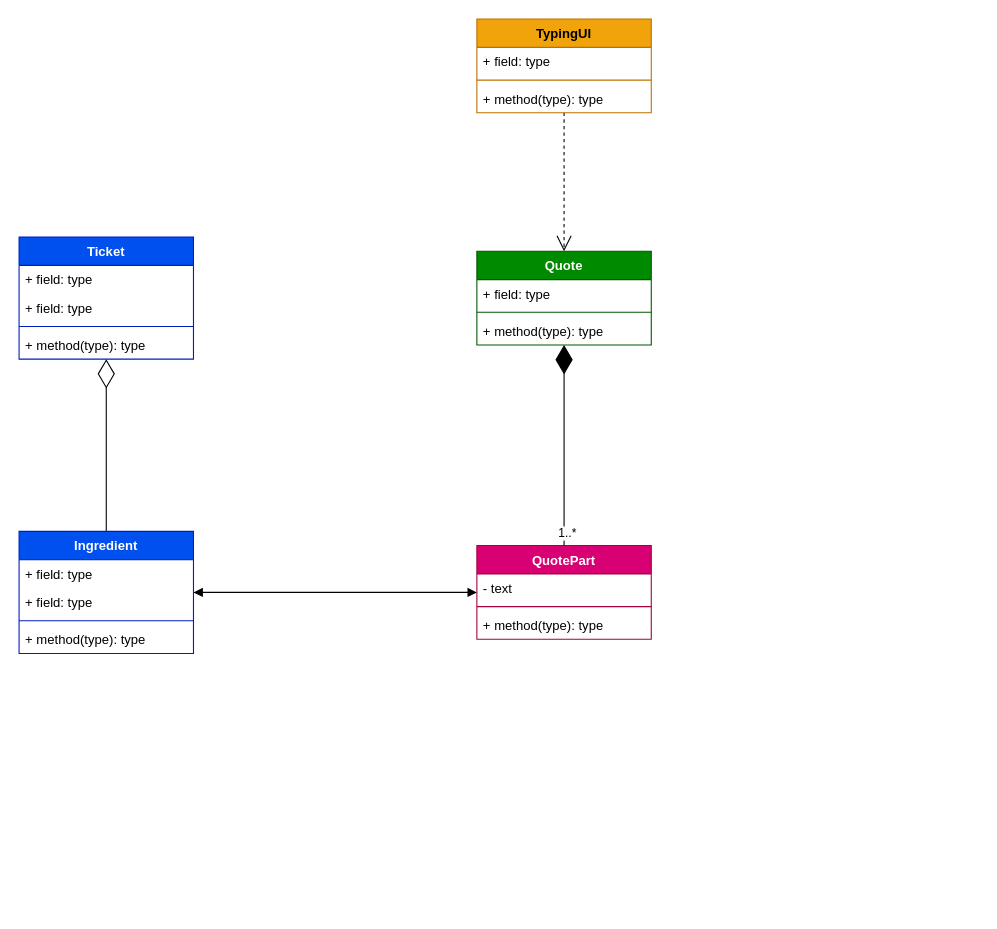
Earlier version of the draw.io diagram Untitled Diagram.drawio (BraydenR0311/foodForThought). Source tidied: cells renumbered, new cells numbered last; positions are measured from the earlier drawing's top-left corner, leaving out a move shared by most shapes. Both pictures are drawn from the tidied source at 109%, with x=0, y=0 at pixel (19, 19).
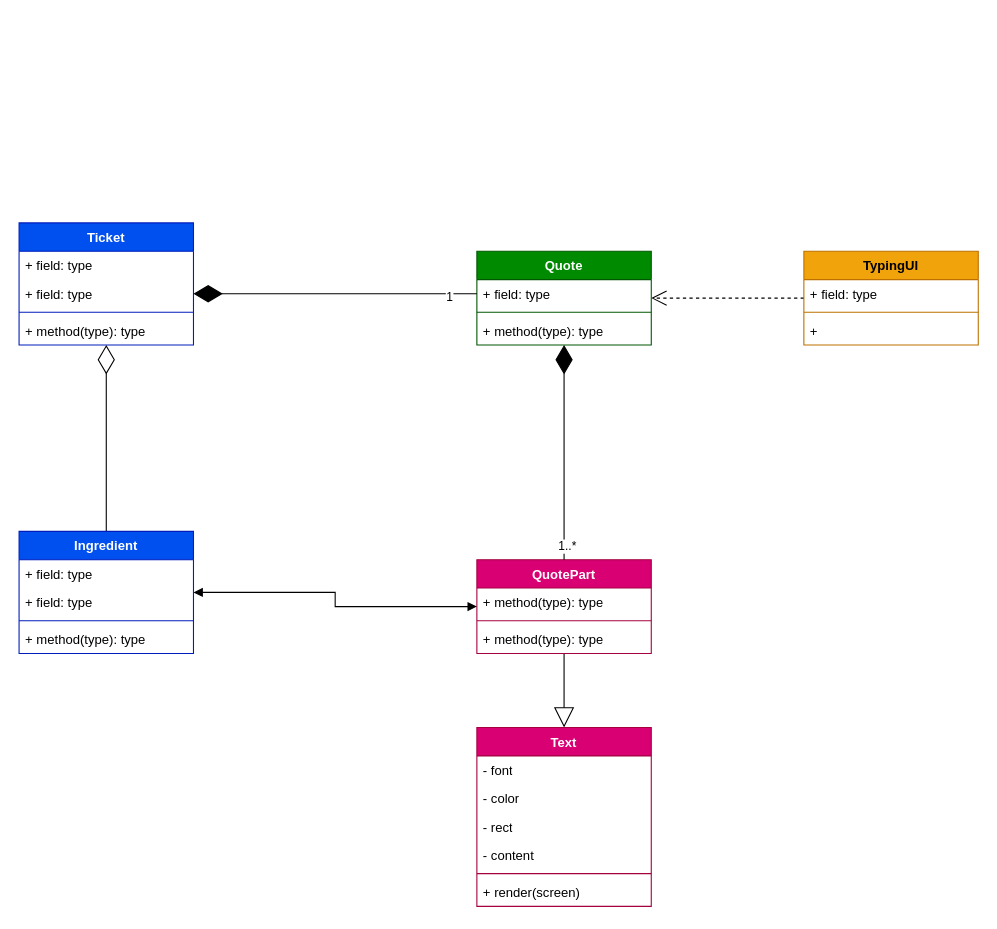
The same diagram, later.

Unchanged cells that the change refers to:
```xml
<mxCell id="5" value="+ field: type" style="text;strokeColor=none;fillColor=none;align=left;verticalAlign=top;spacingLeft=4;spacingRight=4;overflow=hidden;points=[[0,0.5],[1,0.5]];portConstraint=eastwest;whiteSpace=wrap;html=1;" parent="3" vertex="1">
  <mxGeometry y="52" width="160" height="26" as="geometry" />
</mxCell>
<mxCell id="10" value="+ field: type" style="text;strokeColor=none;fillColor=none;align=left;verticalAlign=top;spacingLeft=4;spacingRight=4;overflow=hidden;points=[[0,0.5],[1,0.5]];portConstraint=eastwest;whiteSpace=wrap;html=1;" parent="9" vertex="1">
  <mxGeometry y="26" width="160" height="26" as="geometry" />
</mxCell>
```

Diff of the diagram source:
```diff
@@
-<mxGraphModel>
+<mxGraphModel background="#ffffff">
@@
     <mxCell id="3" value="Ticket" style="swimlane;fontStyle=1;align=center;verticalAlign=top;horizontal=1;startSize=26;whiteSpace=wrap;html=1;fillColor=#0050ef;fontColor=#ffffff;strokeColor=#001DBC;" parent="1" vertex="1">
-      <mxGeometry y="200" width="160" height="112" as="geometry" />
+      <mxGeometry y="187" width="160" height="112" as="geometry" />
     </mxCell>
@@
+    <mxCell id="29" style="edgeStyle=orthogonalEdgeStyle;rounded=0;jettySize=auto;html=1;entryX=0.5;entryY=0;entryDx=0;entryDy=0;endArrow=block;endSize=16;endFill=0;" parent="1" edge="1" source="13" target="31">
+      <mxGeometry relative="1" as="geometry" />
+    </mxCell>
     <mxCell id="13" value="QuotePart" style="swimlane;fontStyle=1;align=center;verticalAlign=top;horizontal=1;startSize=26;whiteSpace=wrap;html=1;fillColor=#d80073;fontColor=#ffffff;strokeColor=#A50040;" parent="1" vertex="1">
-      <mxGeometry x="420" y="483" width="160" height="86" as="geometry" />
+      <mxGeometry x="420" y="496" width="160" height="86" as="geometry" />
     </mxCell>
-    <mxCell id="14" value="- text" style="text;strokeColor=none;fillColor=none;align=left;verticalAlign=top;spacingLeft=4;spacingRight=4;overflow=hidden;whiteSpace=wrap;html=1;" parent="13" vertex="1">
-      <mxGeometry y="26" width="160" height="26" as="geometry" />
-    </mxCell>
+    <mxCell id="16" value="+ method(type): type" style="text;strokeColor=none;fillColor=none;align=left;verticalAlign=top;spacingLeft=4;spacingRight=4;overflow=hidden;whiteSpace=wrap;html=1;" parent="13" vertex="1">
+      <mxGeometry y="26" width="160" height="26" as="geometry" />
+    </mxCell>
@@
-    <mxCell id="16" value="+ method(type): type" style="text;strokeColor=none;fillColor=none;align=left;verticalAlign=top;spacingLeft=4;spacingRight=4;overflow=hidden;whiteSpace=wrap;html=1;" parent="13" vertex="1">
-      <mxGeometry y="60" width="160" height="26" as="geometry" />
-    </mxCell>
+    <mxCell id="30" value="+ method(type): type" style="text;strokeColor=none;fillColor=none;align=left;verticalAlign=top;spacingLeft=4;spacingRight=4;overflow=hidden;whiteSpace=wrap;html=1;" parent="13" vertex="1">
+      <mxGeometry y="60" width="160" height="26" as="geometry" />
+    </mxCell>
@@
     <mxCell id="25" value="TypingUI" style="swimlane;fontStyle=1;align=center;verticalAlign=top;horizontal=1;startSize=26;whiteSpace=wrap;html=1;fillColor=#f0a30a;fontColor=#000000;strokeColor=#BD7000;" parent="1" vertex="1">
-      <mxGeometry x="420" width="160" height="86" as="geometry" />
+      <mxGeometry x="720" y="213" width="160" height="86" as="geometry" />
     </mxCell>
@@
-    <mxCell id="28" value="+ method(type): type" style="text;strokeColor=none;fillColor=none;align=left;verticalAlign=top;spacingLeft=4;spacingRight=4;overflow=hidden;whiteSpace=wrap;html=1;" parent="25" vertex="1">
+    <mxCell id="28" value="+&amp;nbsp;" style="text;strokeColor=none;fillColor=none;align=left;verticalAlign=top;spacingLeft=4;spacingRight=4;overflow=hidden;whiteSpace=wrap;html=1;" parent="25" vertex="1">
       <mxGeometry y="60" width="160" height="26" as="geometry" />
     </mxCell>
+    <mxCell id="31" value="Text" style="swimlane;fontStyle=1;align=center;verticalAlign=top;horizontal=1;startSize=26;whiteSpace=wrap;html=1;fillColor=#d80073;fontColor=#ffffff;strokeColor=#A50040;" parent="1" vertex="1">
+      <mxGeometry x="420" y="650" width="160" height="164" as="geometry" />
+    </mxCell>
+    <mxCell id="32" value="&lt;div&gt;- font&lt;/div&gt;" style="text;strokeColor=none;fillColor=none;align=left;verticalAlign=top;spacingLeft=4;spacingRight=4;overflow=hidden;whiteSpace=wrap;html=1;" parent="31" vertex="1">
+      <mxGeometry y="26" width="160" height="26" as="geometry" />
+    </mxCell>
+    <mxCell id="33" value="&lt;div&gt;- color&lt;/div&gt;" style="text;strokeColor=none;fillColor=none;align=left;verticalAlign=top;spacingLeft=4;spacingRight=4;overflow=hidden;whiteSpace=wrap;html=1;" parent="31" vertex="1">
+      <mxGeometry y="52" width="160" height="26" as="geometry" />
+    </mxCell>
+    <mxCell id="34" value="- rect" style="text;strokeColor=none;fillColor=none;align=left;verticalAlign=top;spacingLeft=4;spacingRight=4;overflow=hidden;whiteSpace=wrap;html=1;" parent="31" vertex="1">
+      <mxGeometry y="78" width="160" height="26" as="geometry" />
+    </mxCell>
+    <mxCell id="35" value="- content" style="text;strokeColor=none;fillColor=none;align=left;verticalAlign=top;spacingLeft=4;spacingRight=4;overflow=hidden;whiteSpace=wrap;html=1;" parent="31" vertex="1">
+      <mxGeometry y="104" width="160" height="26" as="geometry" />
+    </mxCell>
+    <mxCell id="36" style="line;strokeWidth=1;fillColor=none;align=left;verticalAlign=middle;spacingTop=-1;spacingLeft=3;spacingRight=3;labelPosition=right;strokeColor=inherit;" parent="31" vertex="1">
+      <mxGeometry y="130" width="160" height="8" as="geometry" />
+    </mxCell>
+    <mxCell id="37" value="+ render(screen)" style="text;strokeColor=none;fillColor=none;align=left;verticalAlign=top;spacingLeft=4;spacingRight=4;overflow=hidden;whiteSpace=wrap;html=1;" parent="31" vertex="1">
+      <mxGeometry y="138" width="160" height="26" as="geometry" />
+    </mxCell>
+    <mxCell id="38" style="edgeStyle=orthogonalEdgeStyle;rounded=0;jettySize=auto;html=1;entryX=1;entryY=0.5;entryDx=0;entryDy=0;endArrow=diamondThin;endFill=1;endSize=24;" parent="1" edge="1" source="10" target="5">
+      <mxGeometry relative="1" as="geometry" />
+    </mxCell>
+    <mxCell id="39" value="1" style="edgeLabel;html=1;align=center;verticalAlign=middle;" parent="38" vertex="1">
+      <mxGeometry x="-0.8" y="2" relative="1" as="geometry" />
+    </mxCell>
```
